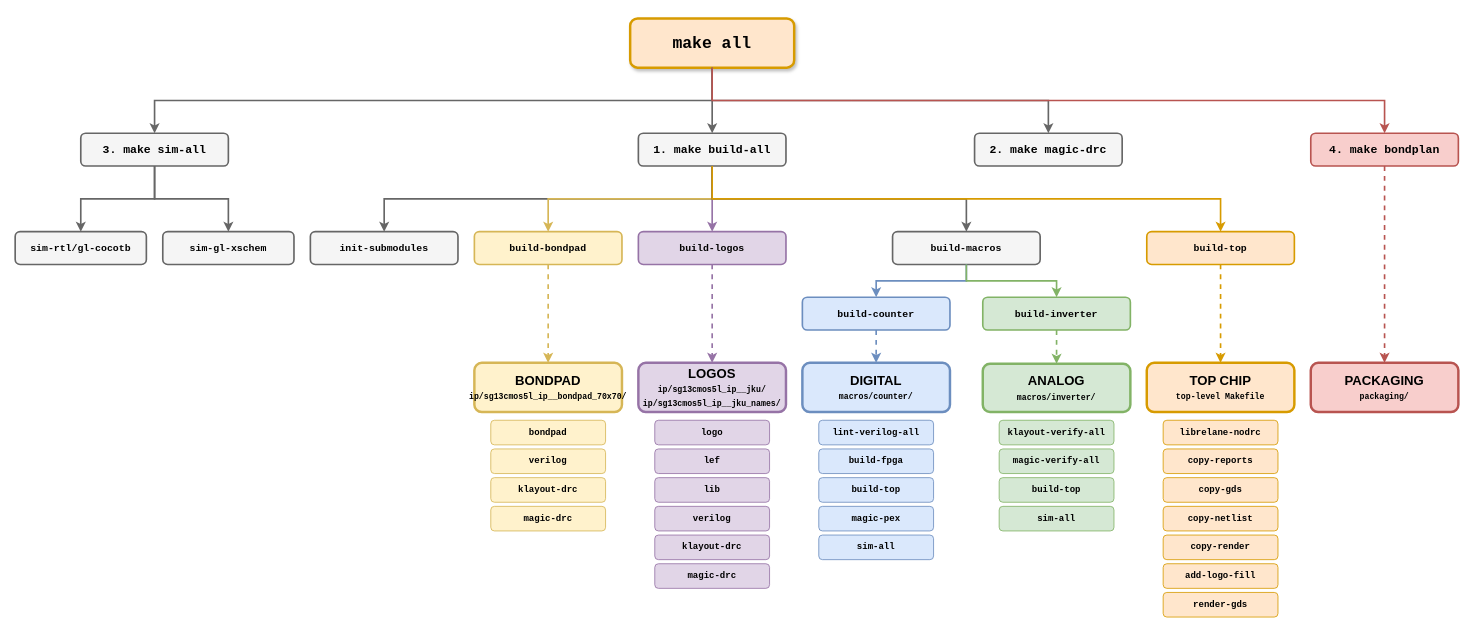
Earlier version of the draw.io diagram tutorial/fig/targets_overview/targets_overview.drawio (iic-jku/ihp-sg13cmos5l-ams-chip-template). Source tidied: cells renumbered, new cells numbered last; positions are measured from the earlier drawing's top-left corner, leaving out a move shared by most shapes. Both pictures are drawn from the tidied source at 82%, with x=0, y=0 at pixel (15, 18).
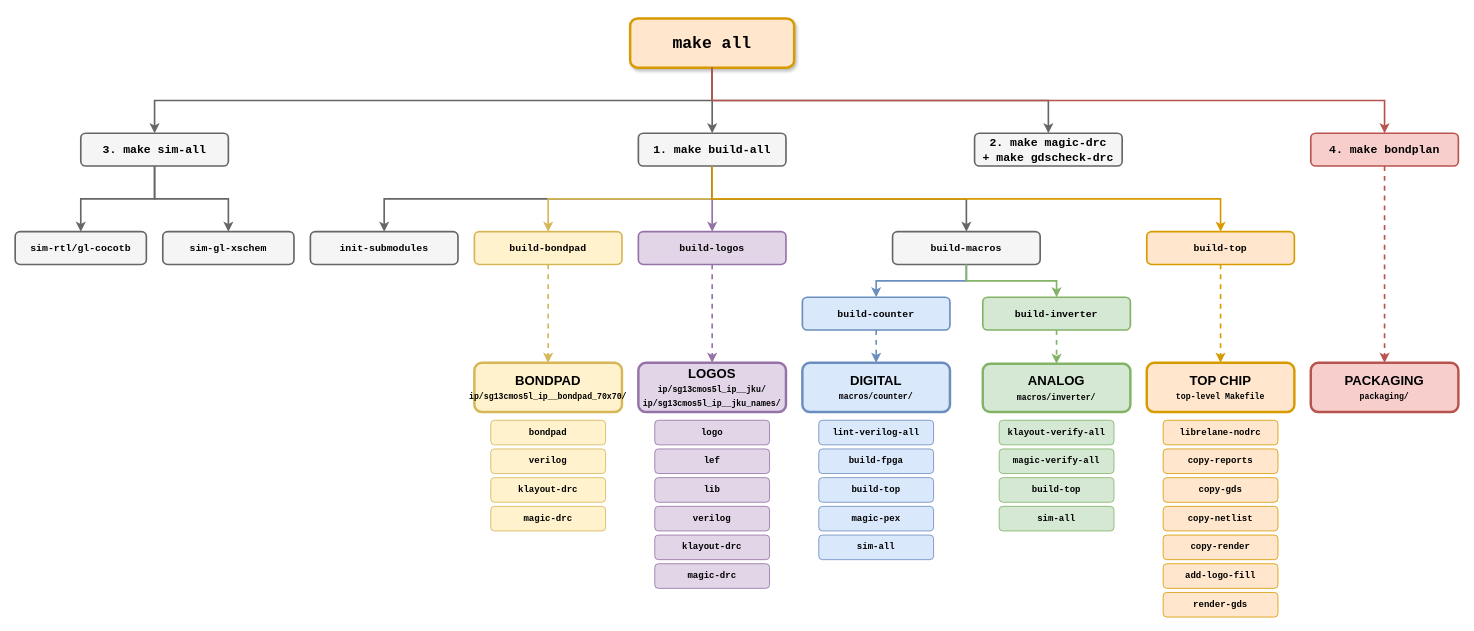
The same page after the edit.

Change to the diagram source:
```diff
@@
-    <mxCell id="5" value="&lt;font face=&quot;Courier New&quot;&gt;&lt;b&gt;2. make magic-drc&lt;/b&gt;&lt;/font&gt;" style="rounded=1;whiteSpace=wrap;html=1;fontSize=14;fillColor=#f5f5f5;strokeColor=#666666;strokeWidth=2;fontStyle=1;verticalAlign=middle;sketch=0;" parent="1" vertex="1">
+    <mxCell id="5" value="&lt;font face=&quot;Courier New&quot;&gt;&lt;b&gt;2. make magic-drc&lt;br&gt;+ make gdscheck-drc&lt;/b&gt;&lt;/font&gt;" style="rounded=1;whiteSpace=wrap;html=1;fontSize=14;fillColor=#f5f5f5;strokeColor=#666666;strokeWidth=2;fontStyle=1;verticalAlign=middle;sketch=0;" parent="1" vertex="1">
       <mxGeometry x="1170" y="140" width="180" height="40" as="geometry" />
     </mxCell>
```
